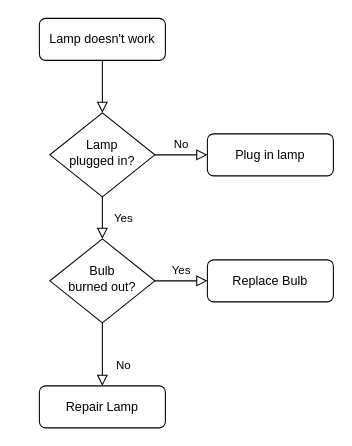
Earlier version of the draw.io diagram pipeline.drawio (planetme/mutation-accumulation-pipeline). Source tidied: cells renumbered, new cells numbered last; positions are measured from the earlier drawing's top-left corner, leaving out a move shared by most shapes. Both pictures are drawn from the tidied source at 105%, with x=0, y=0 at pixel (39, 18).
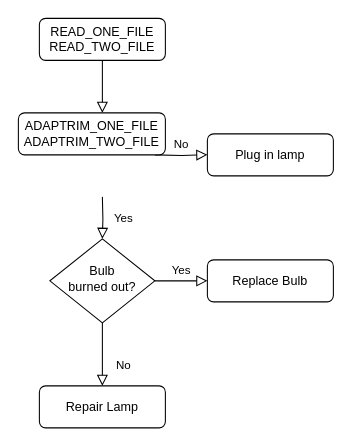
Above is the later version.

Diff of the diagram source:
```diff
@@
 <mxGraphModel>
   <root>
     <mxCell id="0" />
     <mxCell id="1" parent="0" />
-    <mxCell id="2" style="rounded=0;html=1;jettySize=auto;fontSize=11;endArrow=block;endFill=0;endSize=8;strokeWidth=1;shadow=0;labelBackgroundColor=none;edgeStyle=orthogonalEdgeStyle;" parent="1" edge="1" source="3" target="6">
-      <mxGeometry relative="1" as="geometry" />
+    <mxCell id="2" style="rounded=0;html=1;jettySize=auto;fontSize=11;endArrow=block;endFill=0;endSize=8;strokeWidth=1;shadow=0;labelBackgroundColor=none;edgeStyle=orthogonalEdgeStyle;" parent="1" edge="1" source="3">
+      <mxGeometry relative="1" as="geometry">
+        <mxPoint x="60" y="90" as="targetPoint" />
+      </mxGeometry>
     </mxCell>
-    <mxCell id="3" value="Lamp doesn't work" style="rounded=1;whiteSpace=wrap;html=1;fontSize=12;glass=0;strokeWidth=1;shadow=0;" parent="1" vertex="1">
+    <mxCell id="3" value="READ_ONE_FILE READ_TWO_FILE" style="rounded=1;whiteSpace=wrap;html=1;fontSize=12;glass=0;strokeWidth=1;shadow=0;" parent="1" vertex="1">
       <mxGeometry width="120" height="40" as="geometry" />
     </mxCell>
-    <mxCell id="4" value="Yes" style="rounded=0;html=1;jettySize=auto;fontSize=11;endArrow=block;endFill=0;endSize=8;strokeWidth=1;shadow=0;labelBackgroundColor=none;edgeStyle=orthogonalEdgeStyle;" parent="1" edge="1" source="6" target="10">
-      <mxGeometry y="20" relative="1" as="geometry" />
+    <mxCell id="4" value="Yes" style="rounded=0;html=1;jettySize=auto;fontSize=11;endArrow=block;endFill=0;endSize=8;strokeWidth=1;shadow=0;labelBackgroundColor=none;edgeStyle=orthogonalEdgeStyle;" parent="1" edge="1" target="10">
+      <mxGeometry y="20" relative="1" as="geometry">
+        <mxPoint x="60" y="170" as="sourcePoint" />
+      </mxGeometry>
     </mxCell>
-    <mxCell id="5" value="No" style="edgeStyle=orthogonalEdgeStyle;rounded=0;html=1;jettySize=auto;fontSize=11;endArrow=block;endFill=0;endSize=8;strokeWidth=1;shadow=0;labelBackgroundColor=none;" parent="1" edge="1" source="6" target="7">
-      <mxGeometry y="10" relative="1" as="geometry" />
+    <mxCell id="5" value="No" style="edgeStyle=orthogonalEdgeStyle;rounded=0;html=1;jettySize=auto;fontSize=11;endArrow=block;endFill=0;endSize=8;strokeWidth=1;shadow=0;labelBackgroundColor=none;" parent="1" edge="1" target="7">
+      <mxGeometry y="10" relative="1" as="geometry">
+        <mxPoint x="110" y="130" as="sourcePoint" />
+      </mxGeometry>
     </mxCell>
-    <mxCell id="6" value="Lamp&lt;br&gt;plugged in?" style="rhombus;whiteSpace=wrap;html=1;shadow=0;fontFamily=Helvetica;fontSize=12;align=center;strokeWidth=1;spacing=6;spacingTop=-4;" parent="1" vertex="1">
-      <mxGeometry x="10" y="90" width="100" height="80" as="geometry" />
-    </mxCell>
     <mxCell id="7" value="Plug in lamp" style="rounded=1;whiteSpace=wrap;html=1;fontSize=12;glass=0;strokeWidth=1;shadow=0;" parent="1" vertex="1">
       <mxGeometry x="160" y="110" width="120" height="40" as="geometry" />
     </mxCell>
     <mxCell id="8" value="No" style="rounded=0;html=1;jettySize=auto;fontSize=11;endArrow=block;endFill=0;endSize=8;strokeWidth=1;shadow=0;labelBackgroundColor=none;edgeStyle=orthogonalEdgeStyle;" parent="1" edge="1" source="10" target="11">
       <mxGeometry x="0.33" y="20" relative="1" as="geometry" />
     </mxCell>
     <mxCell id="9" value="Yes" style="edgeStyle=orthogonalEdgeStyle;rounded=0;html=1;jettySize=auto;fontSize=11;endArrow=block;endFill=0;endSize=8;strokeWidth=1;shadow=0;labelBackgroundColor=none;" parent="1" edge="1" source="10" target="12">
       <mxGeometry y="10" relative="1" as="geometry" />
     </mxCell>
     <mxCell id="10" value="Bulb&lt;br&gt;burned out?" style="rhombus;whiteSpace=wrap;html=1;shadow=0;fontFamily=Helvetica;fontSize=12;align=center;strokeWidth=1;spacing=6;spacingTop=-4;" parent="1" vertex="1">
       <mxGeometry x="10" y="210" width="100" height="80" as="geometry" />
     </mxCell>
     <mxCell id="11" value="Repair Lamp" style="rounded=1;whiteSpace=wrap;html=1;fontSize=12;glass=0;strokeWidth=1;shadow=0;" parent="1" vertex="1">
       <mxGeometry y="350" width="120" height="40" as="geometry" />
     </mxCell>
     <mxCell id="12" value="Replace Bulb" style="rounded=1;whiteSpace=wrap;html=1;fontSize=12;glass=0;strokeWidth=1;shadow=0;" parent="1" vertex="1">
       <mxGeometry x="160" y="230" width="120" height="40" as="geometry" />
     </mxCell>
+    <mxCell id="13" value="ADAPTRIM_ONE_FILE&lt;br style=&quot;border-color: var(--border-color);&quot;&gt;ADAPTRIM_TWO_FILE" style="rounded=1;whiteSpace=wrap;html=1;" parent="1" vertex="1">
+      <mxGeometry x="-20" y="90" width="140" height="40" as="geometry" />
+    </mxCell>
   </root>
 </mxGraphModel>
```
